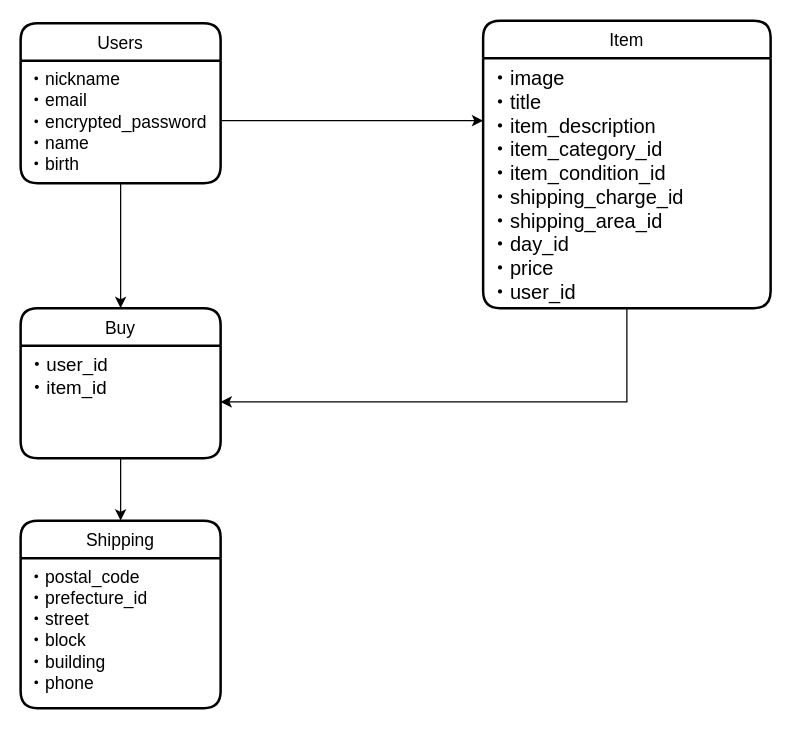
Before: furima.dio in kenta6kmg/furima-35598, a draw.io diagram. Source tidied: cells renumbered, new cells numbered last; positions are measured from the earlier drawing's top-left corner, leaving out a move shared by most shapes. Both pictures are drawn from the tidied source at 125%, with x=0, y=0 at pixel (20, 20).
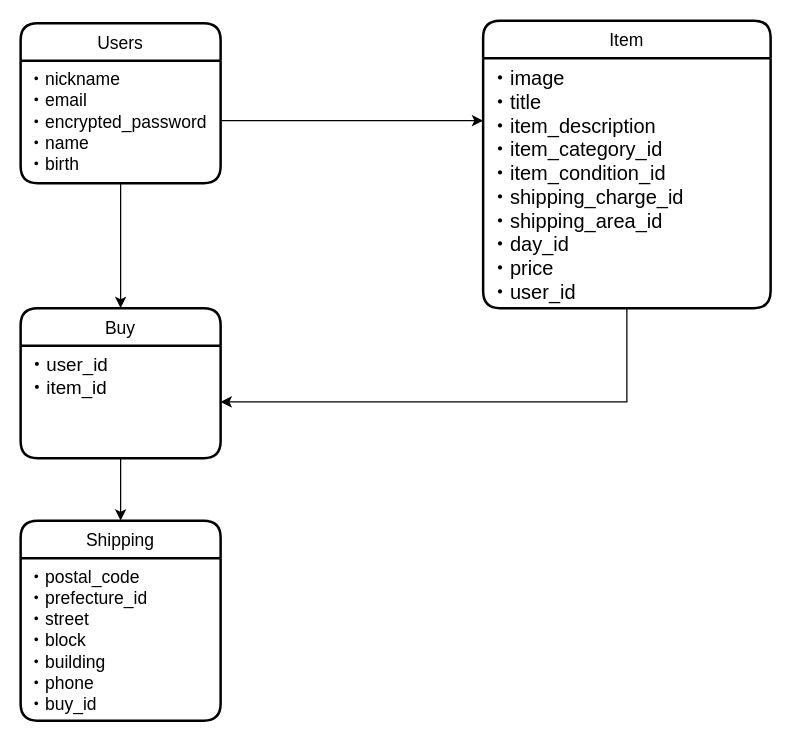
The same page after the edit.

Commit message (it also covers changes not shown here):
READMEとER図の修正２

Diff of the diagram source:
```diff
@@
 <mxGraphModel>
   <root>
     <mxCell id="0" />
     <mxCell id="1" parent="0" />
     <mxCell id="2" value="Users" style="swimlane;horizontal=1;startSize=30;rounded=1;fontSize=14;fontStyle=0;strokeWidth=2;shadow=0;dashed=0;align=center;" parent="1" vertex="1">
       <mxGeometry y="2" width="160" height="128" as="geometry" />
     </mxCell>
     <mxCell id="3" value="・nickname&#10;・email&#10;・encrypted_password&#10;・name&#10;・birth&#10;" style="align=left;strokeColor=none;fillColor=none;spacingLeft=4;fontSize=14;verticalAlign=top;" parent="2" vertex="1">
       <mxGeometry y="30" width="160" height="98" as="geometry" />
     </mxCell>
     <mxCell id="4" value="Item" style="swimlane;horizontal=1;startSize=30;rounded=1;fontSize=14;fontStyle=0;strokeWidth=2;shadow=0;dashed=0;align=center;" parent="1" vertex="1">
       <mxGeometry x="370" width="230" height="230" as="geometry" />
     </mxCell>
     <mxCell id="5" value="・image&#10;・title&#10;・item_description&#10;・item_category_id&#10;・item_condition_id&#10;・shipping_charge_id&#10;・shipping_area_id&#10;・day_id&#10;・price&#10;・user_id&#10;" style="align=left;strokeColor=none;fillColor=none;spacingLeft=4;fontSize=16;verticalAlign=top;" parent="4" vertex="1">
       <mxGeometry y="30" width="230" height="200" as="geometry" />
     </mxCell>
     <mxCell id="6" value="Buy" style="swimlane;horizontal=1;startSize=30;rounded=1;fontSize=14;fontStyle=0;strokeWidth=2;shadow=0;dashed=0;align=center;" parent="1" vertex="1">
       <mxGeometry y="230" width="160" height="120" as="geometry" />
     </mxCell>
     <mxCell id="7" value="・user_id&#10;・item_id" style="align=left;strokeColor=none;fillColor=none;spacingLeft=4;fontSize=15;verticalAlign=top;" parent="6" vertex="1">
       <mxGeometry y="30" width="160" height="90" as="geometry" />
     </mxCell>
     <mxCell id="8" value="Shipping" style="swimlane;horizontal=1;startSize=30;rounded=1;fontSize=14;fontStyle=0;strokeWidth=2;shadow=0;dashed=0;align=center;" parent="1" vertex="1">
-      <mxGeometry y="400" width="160" height="150" as="geometry" />
+      <mxGeometry y="400" width="160" height="160" as="geometry" />
     </mxCell>
-    <mxCell id="9" value="・postal_code&#10;・prefecture_id&#10;・street&#10;・block&#10;・building&#10;・phone" style="align=left;strokeColor=none;fillColor=none;spacingLeft=4;fontSize=14;verticalAlign=top;" parent="8" vertex="1">
-      <mxGeometry y="30" width="160" height="120" as="geometry" />
+    <mxCell id="9" value="・postal_code&#10;・prefecture_id&#10;・street&#10;・block&#10;・building&#10;・phone&#10;・buy_id" style="align=left;strokeColor=none;fillColor=none;spacingLeft=4;fontSize=14;verticalAlign=top;" parent="8" vertex="1">
+      <mxGeometry y="30" width="160" height="130" as="geometry" />
     </mxCell>
     <mxCell id="10" style="edgeStyle=orthogonalEdgeStyle;rounded=0;jettySize=auto;html=1;entryX=0;entryY=0.25;entryDx=0;entryDy=0;fontSize=15;" parent="1" edge="1" target="5">
       <mxGeometry relative="1" as="geometry">
         <mxPoint x="161" y="80" as="sourcePoint" />
         <Array as="points">
           <mxPoint x="161" y="80" />
         </Array>
       </mxGeometry>
     </mxCell>
     <mxCell id="11" style="edgeStyle=orthogonalEdgeStyle;rounded=0;jettySize=auto;html=1;exitX=0.5;exitY=1;exitDx=0;exitDy=0;entryX=0.5;entryY=0;entryDx=0;entryDy=0;fontSize=15;" parent="1" edge="1" source="3" target="6">
       <mxGeometry relative="1" as="geometry" />
     </mxCell>
     <mxCell id="12" style="edgeStyle=orthogonalEdgeStyle;rounded=0;jettySize=auto;html=1;exitX=0.5;exitY=1;exitDx=0;exitDy=0;entryX=1;entryY=0.5;entryDx=0;entryDy=0;fontSize=15;" parent="1" edge="1" source="5" target="7">
       <mxGeometry relative="1" as="geometry" />
     </mxCell>
     <mxCell id="13" style="edgeStyle=orthogonalEdgeStyle;rounded=0;jettySize=auto;html=1;exitX=0.5;exitY=1;exitDx=0;exitDy=0;entryX=0.5;entryY=0;entryDx=0;entryDy=0;fontSize=15;" parent="1" edge="1" source="7" target="8">
       <mxGeometry relative="1" as="geometry" />
     </mxCell>
   </root>
 </mxGraphModel>
```
